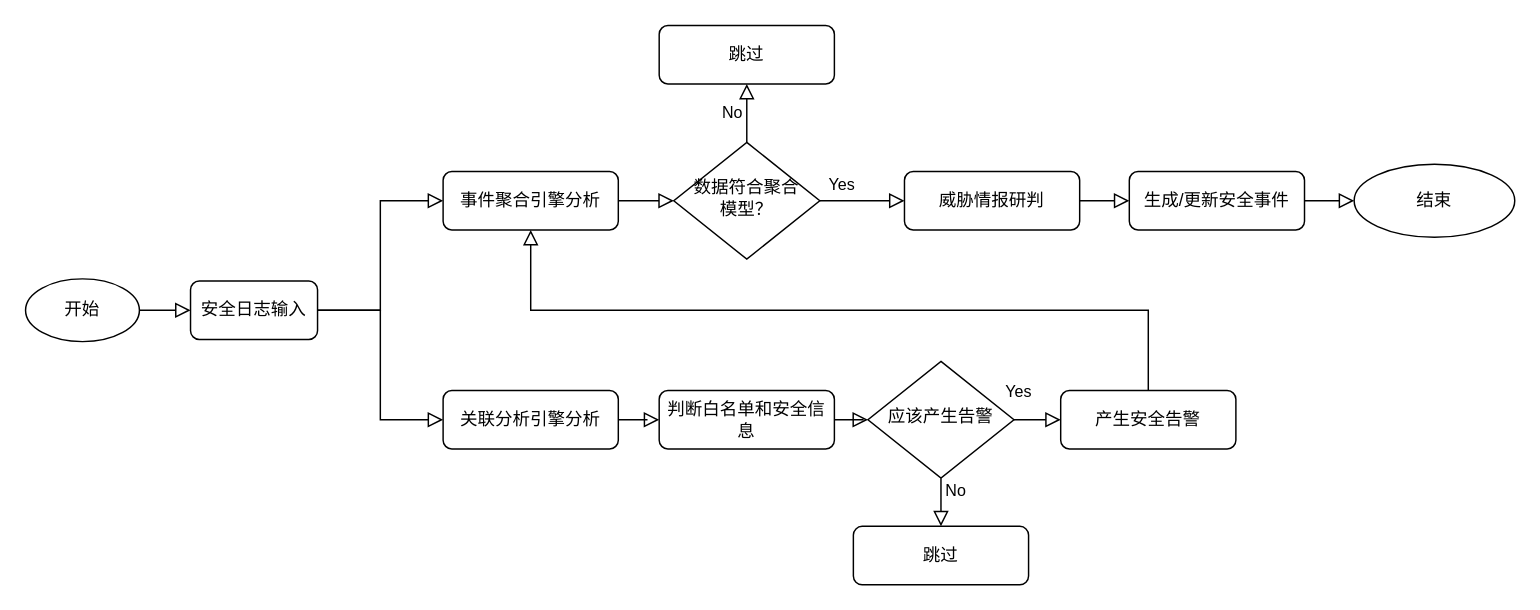
popvlovs/popvlovs-repository keeps this draw.io diagram as control-flow-chart.drawio. Above is the earlier version. Source tidied: cells renumbered, new cells numbered last; positions are measured from the earlier drawing's top-left corner, leaving out a move shared by most shapes. Both pictures are drawn from the tidied source at 146%, with x=0, y=0 at pixel (25, 25).
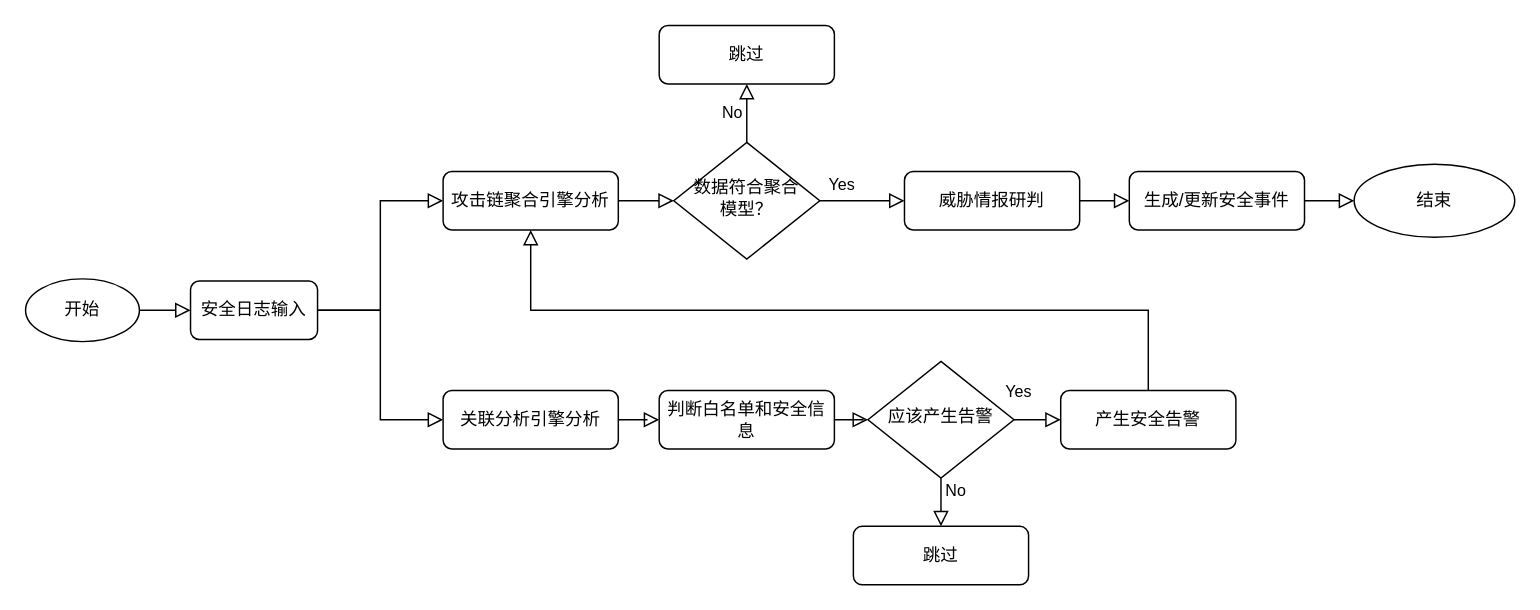
Above is the later version.

What changed in the source:
```diff
@@
-    <mxCell id="8" value="事件聚合引擎分析" style="rounded=1;whiteSpace=wrap;html=1;fontSize=12;glass=0;strokeWidth=1;shadow=0;" parent="1" vertex="1">
+    <mxCell id="8" value="攻击链聚合引擎分析" style="rounded=1;whiteSpace=wrap;html=1;fontSize=12;glass=0;strokeWidth=1;shadow=0;" parent="1" vertex="1">
       <mxGeometry x="286" y="100" width="120" height="40" as="geometry" />
     </mxCell>
```
